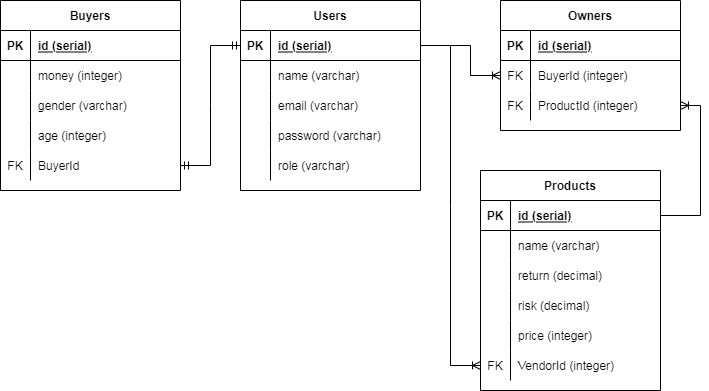
This is schema.png from arumdyaharum/Fint8, a draw.io export, as it was before one commit. Source tidied: cells renumbered, new cells last; positions are measured from the earlier drawing's top-left corner, leaving out a move shared by most shapes. Its diagram source:
```xml
<mxGraphModel>
  <root>
    <mxCell id="0" />
    <mxCell id="1" parent="0" />
    <mxCell id="2" value="Users" style="shape=table;startSize=30;rowLines=0;fontStyle=1;align=center;" parent="1" vertex="1">
      <mxGeometry x="240" width="180" height="190" as="geometry" />
    </mxCell>
    <mxCell id="3" style="shape=partialRectangle;fillColor=none;top=0;left=0;bottom=1;right=0;points=[[0,0.5],[1,0.5]];portConstraint=eastwest;" parent="2" vertex="1">
      <mxGeometry y="30" width="180" height="30" as="geometry" />
    </mxCell>
    <mxCell id="4" value="PK" style="shape=partialRectangle;fillColor=none;top=0;left=0;bottom=0;right=0;fontStyle=1;overflow=hidden;" parent="3" vertex="1">
      <mxGeometry width="30" height="30" as="geometry" />
    </mxCell>
    <mxCell id="5" value="id (serial)" style="shape=partialRectangle;fillColor=none;top=0;left=0;bottom=0;right=0;align=left;spacingLeft=6;fontStyle=5;overflow=hidden;" parent="3" vertex="1">
      <mxGeometry x="30" width="150" height="30" as="geometry" />
    </mxCell>
    <mxCell id="6" style="shape=partialRectangle;fillColor=none;top=0;left=0;bottom=0;right=0;" parent="2" vertex="1">
      <mxGeometry y="60" width="180" height="30" as="geometry" />
    </mxCell>
    <mxCell id="7" style="shape=partialRectangle;fillColor=none;top=0;left=0;bottom=0;right=0;overflow=hidden;" parent="6" vertex="1">
      <mxGeometry width="30" height="30" as="geometry" />
    </mxCell>
    <mxCell id="8" value="name (varchar)" style="shape=partialRectangle;fillColor=none;top=0;left=0;bottom=0;right=0;align=left;spacingLeft=6;overflow=hidden;" parent="6" vertex="1">
      <mxGeometry x="30" width="150" height="30" as="geometry" />
    </mxCell>
    <mxCell id="9" style="shape=partialRectangle;fillColor=none;top=0;left=0;bottom=0;right=0;" parent="2" vertex="1">
      <mxGeometry y="90" width="180" height="30" as="geometry" />
    </mxCell>
    <mxCell id="10" style="shape=partialRectangle;fillColor=none;top=0;left=0;bottom=0;right=0;overflow=hidden;" parent="9" vertex="1">
      <mxGeometry width="30" height="30" as="geometry" />
    </mxCell>
    <mxCell id="11" value="email (varchar)" style="shape=partialRectangle;fillColor=none;top=0;left=0;bottom=0;right=0;align=left;spacingLeft=6;overflow=hidden;" parent="9" vertex="1">
      <mxGeometry x="30" width="150" height="30" as="geometry" />
    </mxCell>
    <mxCell id="12" style="shape=partialRectangle;fillColor=none;top=0;left=0;bottom=0;right=0;" parent="2" vertex="1">
      <mxGeometry y="120" width="180" height="30" as="geometry" />
    </mxCell>
    <mxCell id="13" style="shape=partialRectangle;fillColor=none;top=0;left=0;bottom=0;right=0;overflow=hidden;" parent="12" vertex="1">
      <mxGeometry width="30" height="30" as="geometry" />
    </mxCell>
    <mxCell id="14" value="password (varchar)" style="shape=partialRectangle;fillColor=none;top=0;left=0;bottom=0;right=0;align=left;spacingLeft=6;overflow=hidden;" parent="12" vertex="1">
      <mxGeometry x="30" width="150" height="30" as="geometry" />
    </mxCell>
    <mxCell id="15" style="shape=partialRectangle;fillColor=none;top=0;left=0;bottom=0;right=0;" parent="2" vertex="1">
      <mxGeometry y="150" width="180" height="30" as="geometry" />
    </mxCell>
    <mxCell id="16" style="shape=partialRectangle;fillColor=none;top=0;left=0;bottom=0;right=0;overflow=hidden;" parent="15" vertex="1">
      <mxGeometry width="30" height="30" as="geometry" />
    </mxCell>
    <mxCell id="17" value="role (varchar)" style="shape=partialRectangle;fillColor=none;top=0;left=0;bottom=0;right=0;align=left;spacingLeft=6;overflow=hidden;" parent="15" vertex="1">
      <mxGeometry x="30" width="150" height="30" as="geometry" />
    </mxCell>
    <mxCell id="18" value="Buyers" style="shape=table;startSize=30;rowLines=0;fontStyle=1;align=center;" parent="1" vertex="1">
      <mxGeometry width="180" height="190" as="geometry" />
    </mxCell>
    <mxCell id="19" style="shape=partialRectangle;fillColor=none;top=0;left=0;bottom=1;right=0;" parent="18" vertex="1">
      <mxGeometry y="30" width="180" height="30" as="geometry" />
    </mxCell>
    <mxCell id="20" value="PK" style="shape=partialRectangle;fillColor=none;top=0;left=0;bottom=0;right=0;fontStyle=1;overflow=hidden;" parent="19" vertex="1">
      <mxGeometry width="30" height="30" as="geometry" />
    </mxCell>
    <mxCell id="21" value="id (serial)" style="shape=partialRectangle;fillColor=none;top=0;left=0;bottom=0;right=0;align=left;spacingLeft=6;fontStyle=5;overflow=hidden;" parent="19" vertex="1">
      <mxGeometry x="30" width="150" height="30" as="geometry" />
    </mxCell>
    <mxCell id="22" style="shape=partialRectangle;fillColor=none;top=0;left=0;bottom=0;right=0;" parent="18" vertex="1">
      <mxGeometry y="60" width="180" height="30" as="geometry" />
    </mxCell>
    <mxCell id="23" style="shape=partialRectangle;fillColor=none;top=0;left=0;bottom=0;right=0;overflow=hidden;" parent="22" vertex="1">
      <mxGeometry width="30" height="30" as="geometry" />
    </mxCell>
    <mxCell id="24" value="money (integer)" style="shape=partialRectangle;fillColor=none;top=0;left=0;bottom=0;right=0;align=left;spacingLeft=6;overflow=hidden;" parent="22" vertex="1">
      <mxGeometry x="30" width="150" height="30" as="geometry" />
    </mxCell>
    <mxCell id="25" style="shape=partialRectangle;fillColor=none;top=0;left=0;bottom=0;right=0;" parent="18" vertex="1">
      <mxGeometry y="90" width="180" height="30" as="geometry" />
    </mxCell>
    <mxCell id="26" style="shape=partialRectangle;fillColor=none;top=0;left=0;bottom=0;right=0;overflow=hidden;" parent="25" vertex="1">
      <mxGeometry width="30" height="30" as="geometry" />
    </mxCell>
    <mxCell id="27" value="gender (varchar)" style="shape=partialRectangle;fillColor=none;top=0;left=0;bottom=0;right=0;align=left;spacingLeft=6;overflow=hidden;" parent="25" vertex="1">
      <mxGeometry x="30" width="150" height="30" as="geometry" />
    </mxCell>
    <mxCell id="28" style="shape=partialRectangle;fillColor=none;top=0;left=0;bottom=0;right=0;" parent="18" vertex="1">
      <mxGeometry y="120" width="180" height="30" as="geometry" />
    </mxCell>
    <mxCell id="29" style="shape=partialRectangle;fillColor=none;top=0;left=0;bottom=0;right=0;overflow=hidden;" parent="28" vertex="1">
      <mxGeometry width="30" height="30" as="geometry" />
    </mxCell>
    <mxCell id="30" value="age (integer)" style="shape=partialRectangle;fillColor=none;top=0;left=0;bottom=0;right=0;align=left;spacingLeft=6;overflow=hidden;" parent="28" vertex="1">
      <mxGeometry x="30" width="150" height="30" as="geometry" />
    </mxCell>
    <mxCell id="31" style="shape=partialRectangle;fillColor=none;top=0;left=0;bottom=0;right=0;points=[[0,0.5],[1,0.5]];portConstraint=eastwest;" parent="18" vertex="1">
      <mxGeometry y="150" width="180" height="30" as="geometry" />
    </mxCell>
    <mxCell id="32" value="FK" style="shape=partialRectangle;fillColor=none;top=0;left=0;bottom=0;right=0;overflow=hidden;" parent="31" vertex="1">
      <mxGeometry width="30" height="30" as="geometry" />
    </mxCell>
    <mxCell id="33" value="BuyerId" style="shape=partialRectangle;fillColor=none;top=0;left=0;bottom=0;right=0;align=left;spacingLeft=6;overflow=hidden;" parent="31" vertex="1">
      <mxGeometry x="30" width="150" height="30" as="geometry" />
    </mxCell>
    <mxCell id="34" value="Products" style="shape=table;startSize=30;rowLines=0;fontStyle=1;align=center;" parent="1" vertex="1">
      <mxGeometry x="480" y="170" width="180" height="220" as="geometry" />
    </mxCell>
    <mxCell id="35" style="shape=partialRectangle;fillColor=none;top=0;left=0;bottom=1;right=0;points=[[0,0.5],[1,0.5]];portConstraint=eastwest;" parent="34" vertex="1">
      <mxGeometry y="30" width="180" height="30" as="geometry" />
    </mxCell>
    <mxCell id="36" value="PK" style="shape=partialRectangle;fillColor=none;top=0;left=0;bottom=0;right=0;fontStyle=1;overflow=hidden;" parent="35" vertex="1">
      <mxGeometry width="30" height="30" as="geometry" />
    </mxCell>
    <mxCell id="37" value="id (serial)" style="shape=partialRectangle;fillColor=none;top=0;left=0;bottom=0;right=0;align=left;spacingLeft=6;fontStyle=5;overflow=hidden;" parent="35" vertex="1">
      <mxGeometry x="30" width="150" height="30" as="geometry" />
    </mxCell>
    <mxCell id="38" style="shape=partialRectangle;fillColor=none;top=0;left=0;bottom=0;right=0;" parent="34" vertex="1">
      <mxGeometry y="60" width="180" height="30" as="geometry" />
    </mxCell>
    <mxCell id="39" style="shape=partialRectangle;fillColor=none;top=0;left=0;bottom=0;right=0;overflow=hidden;" parent="38" vertex="1">
      <mxGeometry width="30" height="30" as="geometry" />
    </mxCell>
    <mxCell id="40" value="name (varchar)" style="shape=partialRectangle;fillColor=none;top=0;left=0;bottom=0;right=0;align=left;spacingLeft=6;overflow=hidden;" parent="38" vertex="1">
      <mxGeometry x="30" width="150" height="30" as="geometry" />
    </mxCell>
    <mxCell id="41" style="shape=partialRectangle;fillColor=none;top=0;left=0;bottom=0;right=0;" parent="34" vertex="1">
      <mxGeometry y="90" width="180" height="30" as="geometry" />
    </mxCell>
    <mxCell id="42" style="shape=partialRectangle;fillColor=none;top=0;left=0;bottom=0;right=0;overflow=hidden;" parent="41" vertex="1">
      <mxGeometry width="30" height="30" as="geometry" />
    </mxCell>
    <mxCell id="43" value="return (decimal)" style="shape=partialRectangle;fillColor=none;top=0;left=0;bottom=0;right=0;align=left;spacingLeft=6;overflow=hidden;" parent="41" vertex="1">
      <mxGeometry x="30" width="150" height="30" as="geometry" />
    </mxCell>
    <mxCell id="44" style="shape=partialRectangle;fillColor=none;top=0;left=0;bottom=0;right=0;" parent="34" vertex="1">
      <mxGeometry y="120" width="180" height="30" as="geometry" />
    </mxCell>
    <mxCell id="45" style="shape=partialRectangle;fillColor=none;top=0;left=0;bottom=0;right=0;overflow=hidden;" parent="44" vertex="1">
      <mxGeometry width="30" height="30" as="geometry" />
    </mxCell>
    <mxCell id="46" value="risk (decimal)" style="shape=partialRectangle;fillColor=none;top=0;left=0;bottom=0;right=0;align=left;spacingLeft=6;overflow=hidden;" parent="44" vertex="1">
      <mxGeometry x="30" width="150" height="30" as="geometry" />
    </mxCell>
    <mxCell id="47" style="shape=partialRectangle;fillColor=none;top=0;left=0;bottom=0;right=0;" parent="34" vertex="1">
      <mxGeometry y="150" width="180" height="30" as="geometry" />
    </mxCell>
    <mxCell id="48" style="shape=partialRectangle;fillColor=none;top=0;left=0;bottom=0;right=0;overflow=hidden;" parent="47" vertex="1">
      <mxGeometry width="30" height="30" as="geometry" />
    </mxCell>
    <mxCell id="49" value="price (integer)" style="shape=partialRectangle;fillColor=none;top=0;left=0;bottom=0;right=0;align=left;spacingLeft=6;overflow=hidden;" parent="47" vertex="1">
      <mxGeometry x="30" width="150" height="30" as="geometry" />
    </mxCell>
    <mxCell id="50" style="shape=partialRectangle;fillColor=none;top=0;left=0;bottom=0;right=0;points=[[0,0.5],[1,0.5]];portConstraint=eastwest;" parent="34" vertex="1">
      <mxGeometry y="180" width="180" height="30" as="geometry" />
    </mxCell>
    <mxCell id="51" value="FK" style="shape=partialRectangle;fillColor=none;top=0;left=0;bottom=0;right=0;overflow=hidden;" parent="50" vertex="1">
      <mxGeometry width="30" height="30" as="geometry" />
    </mxCell>
    <mxCell id="52" value="VendorId (integer)" style="shape=partialRectangle;fillColor=none;top=0;left=0;bottom=0;right=0;align=left;spacingLeft=6;overflow=hidden;" parent="50" vertex="1">
      <mxGeometry x="30" width="150" height="30" as="geometry" />
    </mxCell>
    <mxCell id="53" value="Owners" style="shape=table;startSize=30;rowLines=0;fontStyle=1;align=center;" parent="1" vertex="1">
      <mxGeometry x="500" width="180" height="130" as="geometry" />
    </mxCell>
    <mxCell id="54" style="shape=partialRectangle;fillColor=none;top=0;left=0;bottom=1;right=0;" parent="53" vertex="1">
      <mxGeometry y="30" width="180" height="30" as="geometry" />
    </mxCell>
    <mxCell id="55" value="PK" style="shape=partialRectangle;fillColor=none;top=0;left=0;bottom=0;right=0;fontStyle=1;overflow=hidden;" parent="54" vertex="1">
      <mxGeometry width="30" height="30" as="geometry" />
    </mxCell>
    <mxCell id="56" value="id (serial)" style="shape=partialRectangle;fillColor=none;top=0;left=0;bottom=0;right=0;align=left;spacingLeft=6;fontStyle=5;overflow=hidden;" parent="54" vertex="1">
      <mxGeometry x="30" width="150" height="30" as="geometry" />
    </mxCell>
    <mxCell id="57" style="shape=partialRectangle;fillColor=none;top=0;left=0;bottom=0;right=0;points=[[0,0.5],[1,0.5]];portConstraint=eastwest;" parent="53" vertex="1">
      <mxGeometry y="60" width="180" height="30" as="geometry" />
    </mxCell>
    <mxCell id="58" value="FK" style="shape=partialRectangle;fillColor=none;top=0;left=0;bottom=0;right=0;overflow=hidden;" parent="57" vertex="1">
      <mxGeometry width="30" height="30" as="geometry" />
    </mxCell>
    <mxCell id="59" value="BuyerId (integer)" style="shape=partialRectangle;fillColor=none;top=0;left=0;bottom=0;right=0;align=left;spacingLeft=6;overflow=hidden;" parent="57" vertex="1">
      <mxGeometry x="30" width="150" height="30" as="geometry" />
    </mxCell>
    <mxCell id="60" style="shape=partialRectangle;fillColor=none;top=0;left=0;bottom=0;right=0;points=[[0,0.5],[1,0.5]];portConstraint=eastwest;" parent="53" vertex="1">
      <mxGeometry y="90" width="180" height="30" as="geometry" />
    </mxCell>
    <mxCell id="61" value="FK" style="shape=partialRectangle;fillColor=none;top=0;left=0;bottom=0;right=0;overflow=hidden;" parent="60" vertex="1">
      <mxGeometry width="30" height="30" as="geometry" />
    </mxCell>
    <mxCell id="62" value="ProductId (integer)" style="shape=partialRectangle;fillColor=none;top=0;left=0;bottom=0;right=0;align=left;spacingLeft=6;overflow=hidden;" parent="60" vertex="1">
      <mxGeometry x="30" width="150" height="30" as="geometry" />
    </mxCell>
    <mxCell id="63" style="edgeStyle=entityRelationEdgeStyle;fontSize=12;html=1;endArrow=ERmandOne;startArrow=ERmandOne;rounded=0;entryX=0;entryY=0.5;entryDx=0;entryDy=0;exitX=1;exitY=0.5;exitDx=0;exitDy=0;" parent="1" edge="1" source="31" target="3">
      <mxGeometry relative="1" as="geometry" />
    </mxCell>
    <mxCell id="64" style="edgeStyle=orthogonalEdgeStyle;fontSize=12;html=1;endArrow=ERoneToMany;rounded=0;exitX=1;exitY=0.5;exitDx=0;exitDy=0;entryX=1;entryY=0.5;entryDx=0;entryDy=0;" parent="1" edge="1" source="35" target="60">
      <mxGeometry relative="1" as="geometry">
        <Array as="points">
          <mxPoint x="700" y="215" />
          <mxPoint x="700" y="105" />
        </Array>
      </mxGeometry>
    </mxCell>
    <mxCell id="65" style="edgeStyle=orthogonalEdgeStyle;fontSize=12;html=1;endArrow=ERoneToMany;rounded=0;entryX=0;entryY=0.5;entryDx=0;entryDy=0;exitX=1;exitY=0.5;exitDx=0;exitDy=0;" parent="1" edge="1" source="3" target="57">
      <mxGeometry relative="1" as="geometry">
        <Array as="points">
          <mxPoint x="470" y="45" />
          <mxPoint x="470" y="75" />
        </Array>
      </mxGeometry>
    </mxCell>
    <mxCell id="66" style="edgeStyle=entityRelationEdgeStyle;fontSize=12;html=1;endArrow=ERoneToMany;rounded=0;entryX=0;entryY=0.5;entryDx=0;entryDy=0;exitX=1;exitY=0.5;exitDx=0;exitDy=0;" parent="1" edge="1" source="3" target="50">
      <mxGeometry relative="1" as="geometry" />
    </mxCell>
  </root>
</mxGraphModel>
```
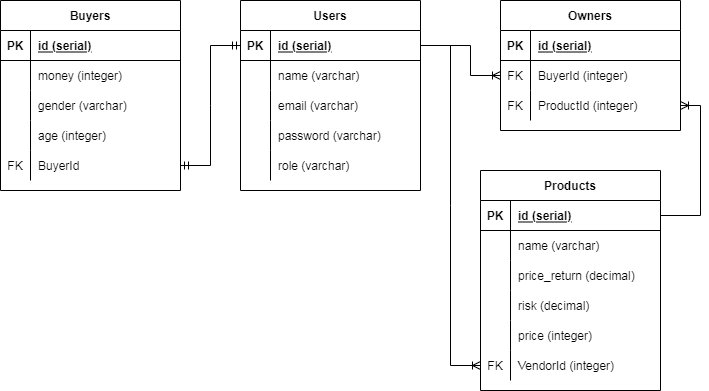
Later version of the same file.

Diff of the diagram source:
```diff
@@ -125,7 +125,7 @@
     <mxCell id="42" style="shape=partialRectangle;fillColor=none;top=0;left=0;bottom=0;right=0;overflow=hidden;" parent="41" vertex="1">
       <mxGeometry width="30" height="30" as="geometry" />
     </mxCell>
-    <mxCell id="43" value="return (decimal)" style="shape=partialRectangle;fillColor=none;top=0;left=0;bottom=0;right=0;align=left;spacingLeft=6;overflow=hidden;" parent="41" vertex="1">
+    <mxCell id="43" value="price_return (decimal)" style="shape=partialRectangle;fillColor=none;top=0;left=0;bottom=0;right=0;align=left;spacingLeft=6;overflow=hidden;" parent="41" vertex="1">
       <mxGeometry x="30" width="150" height="30" as="geometry" />
     </mxCell>
     <mxCell id="44" style="shape=partialRectangle;fillColor=none;top=0;left=0;bottom=0;right=0;" parent="34" vertex="1">
```
